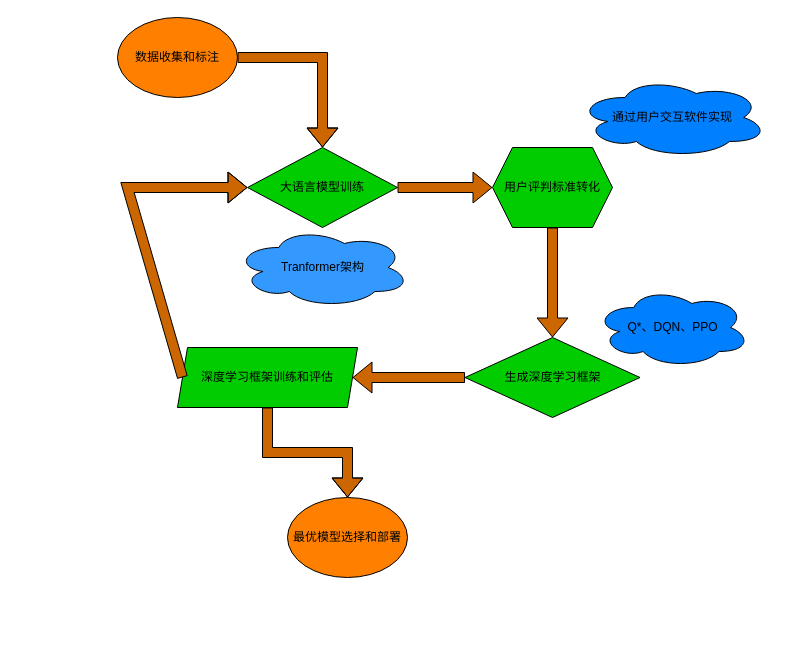
This is LLMUAV.drawio from AMark-CS/Files, a draw.io file, before an edit. Source tidied: cells renumbered, new cells numbered last; positions are measured from the earlier drawing's top-left corner, leaving out a move shared by most shapes. Both pictures are drawn from the tidied source at 100%, with x=0, y=0 at pixel (117, 17).
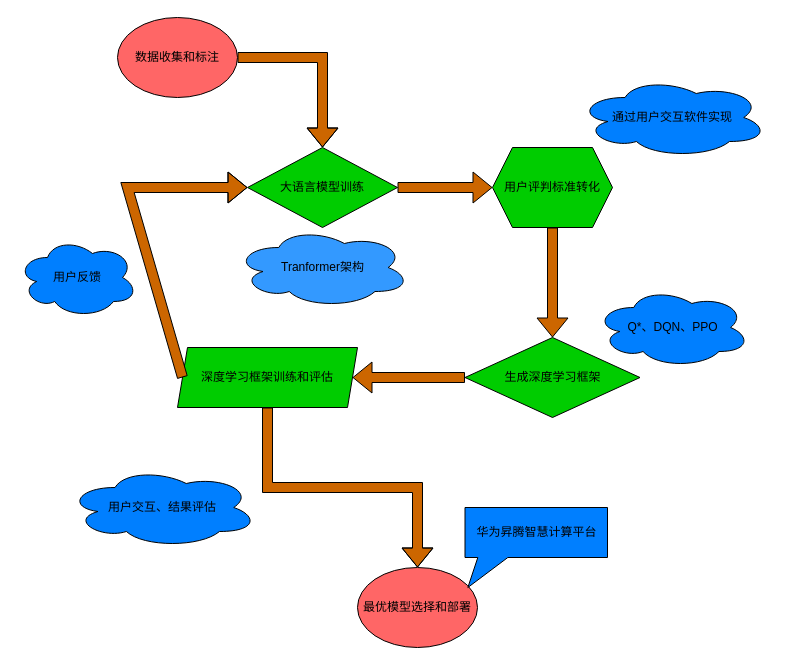
The same diagram, later.

The edit, as a diff of the source:
```diff
@@
-    <mxCell id="3" value="数据收集和标注" style="ellipse;whiteSpace=wrap;html=1;fillColor=#FF8000;" parent="1" vertex="1">
+    <mxCell id="3" value="数据收集和标注" style="ellipse;whiteSpace=wrap;html=1;fillColor=#FF6666;" parent="1" vertex="1">
       <mxGeometry width="120" height="80" as="geometry" />
     </mxCell>
@@
-    <mxCell id="12" value="最优模型选择和部署" style="ellipse;whiteSpace=wrap;html=1;fillColor=#FF8000;" parent="1" vertex="1">
-      <mxGeometry x="170" y="480" width="120" height="80" as="geometry" />
+    <mxCell id="12" value="最优模型选择和部署" style="ellipse;whiteSpace=wrap;html=1;fillColor=#FF6666;" parent="1" vertex="1">
+      <mxGeometry x="240" y="550" width="120" height="80" as="geometry" />
     </mxCell>
@@
+    <mxCell id="17" value="用户反馈" style="ellipse;shape=cloud;whiteSpace=wrap;html=1;fillColor=#007FFF;" parent="1" vertex="1">
+      <mxGeometry x="-100" y="220" width="120" height="80" as="geometry" />
+    </mxCell>
+    <mxCell id="18" value="用户交互、结果评估" style="ellipse;shape=cloud;whiteSpace=wrap;html=1;fillColor=#007FFF;" parent="1" vertex="1">
+      <mxGeometry x="-50" y="450" width="190" height="80" as="geometry" />
+    </mxCell>
+    <mxCell id="19" value="华为昇腾智慧计算平台" style="shape=callout;whiteSpace=wrap;html=1;perimeter=calloutPerimeter;size=30;position=0.09;position2=0.02;base=30;fillColor=#007FFF;" parent="1" vertex="1">
+      <mxGeometry x="347.5" y="490" width="142.5" height="80" as="geometry" />
+    </mxCell>
```
